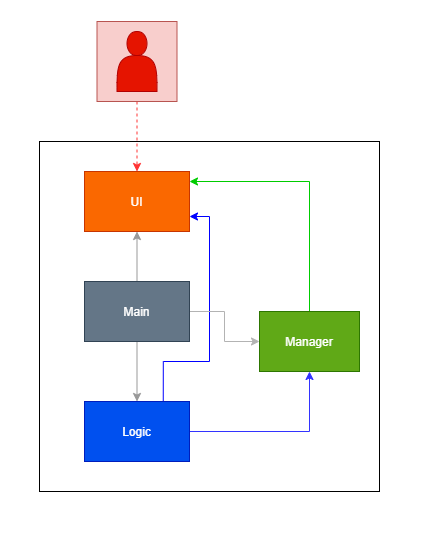
The draw.io diagram UMLdiagrams/ArchitectureDiagrams/ArchitectureDiagram.drawio.png in thaddyyz/tp, before a commit. Source tidied: cells renumbered, new cells last; positions are measured from the earlier drawing's top-left corner, leaving out a move shared by most shapes.
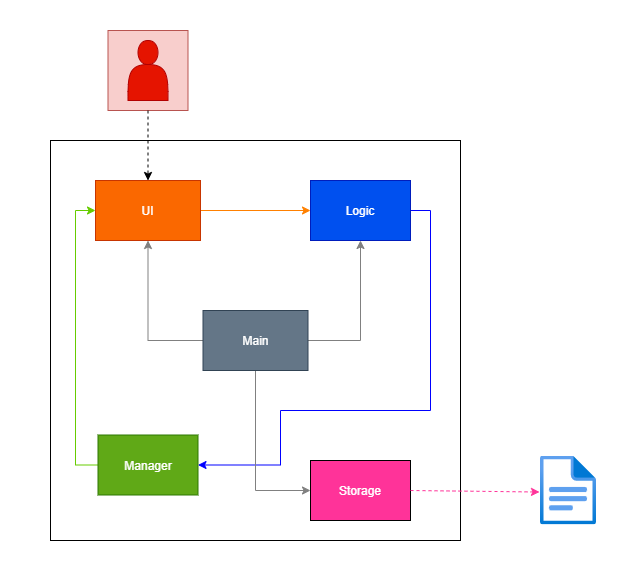
Later version of the same file.

What changed in the source:
```diff
@@ -2,43 +2,39 @@
   <root>
     <mxCell id="0" />
     <mxCell id="1" parent="0" />
+    <mxCell id="18" style="rounded=0;whiteSpace=wrap;html=1;fontColor=#FFFFFF;fillColor=#FFFFFF;strokeColor=none;" parent="1" vertex="1">
+      <mxGeometry x="-50" y="-30" width="630" height="580" as="geometry" />
+    </mxCell>
     <mxCell id="2" style="rounded=0;whiteSpace=wrap;html=1;" parent="1" vertex="1">
-      <mxGeometry y="120" width="340" height="350" as="geometry" />
+      <mxGeometry y="110" width="410" height="400" as="geometry" />
     </mxCell>
-    <mxCell id="3" style="edgeStyle=orthogonalEdgeStyle;rounded=0;jettySize=auto;html=1;exitX=0.5;exitY=1;exitDx=0;exitDy=0;dashed=1;strokeColor=#FF3333;" parent="1" edge="1" source="12" target="8">
-      <mxGeometry relative="1" as="geometry" />
-    </mxCell>
-    <mxCell id="4" style="edgeStyle=orthogonalEdgeStyle;rounded=0;jettySize=auto;html=1;exitX=1;exitY=0.5;exitDx=0;exitDy=0;entryX=0.5;entryY=1;entryDx=0;entryDy=0;fontColor=#FFFFFF;strokeColor=#3333FF;" parent="1" edge="1" source="6" target="10">
-      <mxGeometry relative="1" as="geometry" />
+    <mxCell id="4" style="edgeStyle=orthogonalEdgeStyle;rounded=0;jettySize=auto;html=1;exitX=1;exitY=0.5;exitDx=0;exitDy=0;entryX=1;entryY=0.5;entryDx=0;entryDy=0;fontColor=#FFFFFF;strokeColor=#0000FF;" parent="1" edge="1" source="6" target="10">
+      <mxGeometry relative="1" as="geometry">
+        <Array as="points">
+          <mxPoint x="380" y="180" />
+          <mxPoint x="380" y="380" />
+          <mxPoint x="230" y="380" />
+          <mxPoint x="230" y="434" />
+        </Array>
+      </mxGeometry>
     </mxCell>
-    <mxCell id="5" style="edgeStyle=orthogonalEdgeStyle;rounded=0;jettySize=auto;html=1;exitX=0.75;exitY=0;exitDx=0;exitDy=0;entryX=1;entryY=0.75;entryDx=0;entryDy=0;fontColor=#FFFFFF;strokeColor=#0000FF;" parent="1" edge="1" source="6" target="8">
-      <mxGeometry relative="1" as="geometry">
-        <Array as="points">
-          <mxPoint x="124" y="340" />
-          <mxPoint x="170" y="340" />
-          <mxPoint x="170" y="195" />
-        </Array>
-      </mxGeometry>
-    </mxCell>
     <mxCell id="6" value="Logic" style="rounded=0;whiteSpace=wrap;html=1;fillColor=#0050ef;fontColor=#ffffff;strokeColor=#001DBC;" parent="1" vertex="1">
-      <mxGeometry x="45" y="380" width="105" height="60" as="geometry" />
+      <mxGeometry x="260" y="150" width="100" height="60" as="geometry" />
     </mxCell>
     <mxCell id="7" style="edgeStyle=orthogonalEdgeStyle;rounded=0;orthogonalLoop=1;jettySize=auto;html=1;exitX=1;exitY=0.25;exitDx=0;exitDy=0;entryX=1;entryY=0.25;entryDx=0;entryDy=0;fontColor=#FFFFFF;strokeColor=#FF8000;" parent="1" edge="1" source="8" target="8">
       <mxGeometry relative="1" as="geometry" />
     </mxCell>
+    <mxCell id="19" style="edgeStyle=orthogonalEdgeStyle;rounded=0;jettySize=auto;html=1;exitX=1;exitY=0.5;exitDx=0;exitDy=0;entryX=0;entryY=0.5;entryDx=0;entryDy=0;fontColor=#FFFFFF;strokeColor=#FF8000;" parent="1" edge="1" source="8" target="6">
+      <mxGeometry relative="1" as="geometry" />
+    </mxCell>
     <mxCell id="8" value="UI" style="rounded=0;whiteSpace=wrap;html=1;fillColor=#fa6800;fontColor=#FFFFFF;strokeColor=#C73500;" parent="1" vertex="1">
       <mxGeometry x="45" y="150" width="105" height="60" as="geometry" />
     </mxCell>
-    <mxCell id="9" style="edgeStyle=orthogonalEdgeStyle;rounded=0;jettySize=auto;html=1;exitX=0.5;exitY=0;exitDx=0;exitDy=0;fontColor=#FFFFFF;strokeColor=#00CC00;" parent="1" edge="1" source="10">
-      <mxGeometry relative="1" as="geometry">
-        <mxPoint x="150" y="160" as="targetPoint" />
-        <Array as="points">
-          <mxPoint x="270" y="160" />
-        </Array>
-      </mxGeometry>
-    </mxCell>
+    <mxCell id="20" style="edgeStyle=orthogonalEdgeStyle;rounded=0;jettySize=auto;html=1;exitX=0;exitY=0.5;exitDx=0;exitDy=0;entryX=0;entryY=0.5;entryDx=0;entryDy=0;fontColor=#FFFFFF;strokeColor=#66CC00;" parent="1" edge="1" source="10" target="8">
+      <mxGeometry relative="1" as="geometry" />
+    </mxCell>
     <mxCell id="10" value="Manager" style="rounded=0;whiteSpace=wrap;html=1;fillColor=#60a917;fontColor=#ffffff;strokeColor=#2D7600;" parent="1" vertex="1">
-      <mxGeometry x="220" y="290" width="100" height="60" as="geometry" />
+      <mxGeometry x="47.5" y="404.5" width="100" height="60" as="geometry" />
     </mxCell>
     <mxCell id="11" style="group;" parent="1" vertex="1">
       <mxGeometry x="57.5" width="80" height="80" as="geometry" />
@@ -49,17 +45,29 @@
     <mxCell id="13" style="shape=actor;whiteSpace=wrap;html=1;fillColor=#e51400;fontColor=#ffffff;strokeColor=#B20000;" parent="11" vertex="1">
       <mxGeometry x="20" y="10" width="40" height="60" as="geometry" />
     </mxCell>
+    <mxCell id="15" style="edgeStyle=orthogonalEdgeStyle;rounded=0;jettySize=auto;html=1;exitX=1;exitY=0.5;exitDx=0;exitDy=0;entryX=0.5;entryY=1;entryDx=0;entryDy=0;fontColor=#FFFFFF;strokeColor=#808080;" parent="1" edge="1" source="17" target="6">
+      <mxGeometry relative="1" as="geometry" />
+    </mxCell>
-    <mxCell id="14" style="edgeStyle=orthogonalEdgeStyle;rounded=0;jettySize=auto;html=1;exitX=0.5;exitY=0;exitDx=0;exitDy=0;entryX=0.5;entryY=1;entryDx=0;entryDy=0;fontColor=#FFFFFF;strokeColor=#999999;" parent="1" edge="1" source="17" target="8">
+    <mxCell id="14" style="edgeStyle=orthogonalEdgeStyle;rounded=0;jettySize=auto;html=1;exitX=0;exitY=0.5;exitDx=0;exitDy=0;entryX=0.5;entryY=1;entryDx=0;entryDy=0;fontColor=#FFFFFF;strokeColor=#808080;" parent="1" edge="1" source="17" target="8">
       <mxGeometry relative="1" as="geometry" />
     </mxCell>
-    <mxCell id="15" style="edgeStyle=orthogonalEdgeStyle;rounded=0;jettySize=auto;html=1;exitX=0.5;exitY=1;exitDx=0;exitDy=0;entryX=0.5;entryY=0;entryDx=0;entryDy=0;fontColor=#FFFFFF;strokeColor=#999999;" parent="1" edge="1" source="17" target="6">
-      <mxGeometry relative="1" as="geometry" />
-    </mxCell>
-    <mxCell id="16" style="edgeStyle=orthogonalEdgeStyle;rounded=0;jettySize=auto;html=1;exitX=1;exitY=0.5;exitDx=0;exitDy=0;entryX=0;entryY=0.5;entryDx=0;entryDy=0;fontColor=#FFFFFF;strokeColor=#B3B3B3;" parent="1" edge="1" source="17" target="10">
-      <mxGeometry relative="1" as="geometry" />
-    </mxCell>
+    <mxCell id="21" style="edgeStyle=orthogonalEdgeStyle;rounded=0;jettySize=auto;html=1;exitX=0.5;exitY=1;exitDx=0;exitDy=0;entryX=0;entryY=0.5;entryDx=0;entryDy=0;fontColor=#FFFFFF;strokeColor=#808080;" parent="1" edge="1" source="17" target="23">
+      <mxGeometry relative="1" as="geometry" />
+    </mxCell>
     <mxCell id="17" value="Main" style="rounded=0;whiteSpace=wrap;html=1;fontColor=#ffffff;fillColor=#647687;strokeColor=#314354;" parent="1" vertex="1">
-      <mxGeometry x="45" y="260" width="105" height="60" as="geometry" />
+      <mxGeometry x="152.5" y="280" width="105" height="60" as="geometry" />
     </mxCell>
+    <mxCell id="22" style="html=1;points=[];align=center;image;fontSize=12;image=img/lib/azure2/general/File.svg;" parent="1" vertex="1">
+      <mxGeometry x="490" y="425.5" width="56" height="69" as="geometry" />
+    </mxCell>
+    <mxCell id="23" value="&lt;font color=&quot;#ffffff&quot;&gt;Storage&lt;/font&gt;" style="rounded=0;whiteSpace=wrap;html=1;fillColor=#FF3399;" parent="1" vertex="1">
+      <mxGeometry x="260" y="430" width="100" height="60" as="geometry" />
+    </mxCell>
+    <mxCell id="24" style="endArrow=classic;html=1;rounded=0;fontColor=#FFFFFF;entryX=-0.018;entryY=0.522;entryDx=0;entryDy=0;entryPerimeter=0;exitX=1;exitY=0.5;exitDx=0;exitDy=0;dashed=1;strokeColor=#FF3399;" parent="1" edge="1" source="23" target="22">
+      <mxGeometry relative="1" as="geometry" />
+    </mxCell>
+    <mxCell id="3" style="endArrow=classic;html=1;rounded=0;fontColor=#FFFFFF;entryX=0.5;entryY=0;entryDx=0;entryDy=0;exitX=0.5;exitY=1;exitDx=0;exitDy=0;dashed=1;" parent="1" edge="1" source="12" target="8">
+      <mxGeometry relative="1" as="geometry" />
+    </mxCell>
   </root>
 </mxGraphModel>
```
